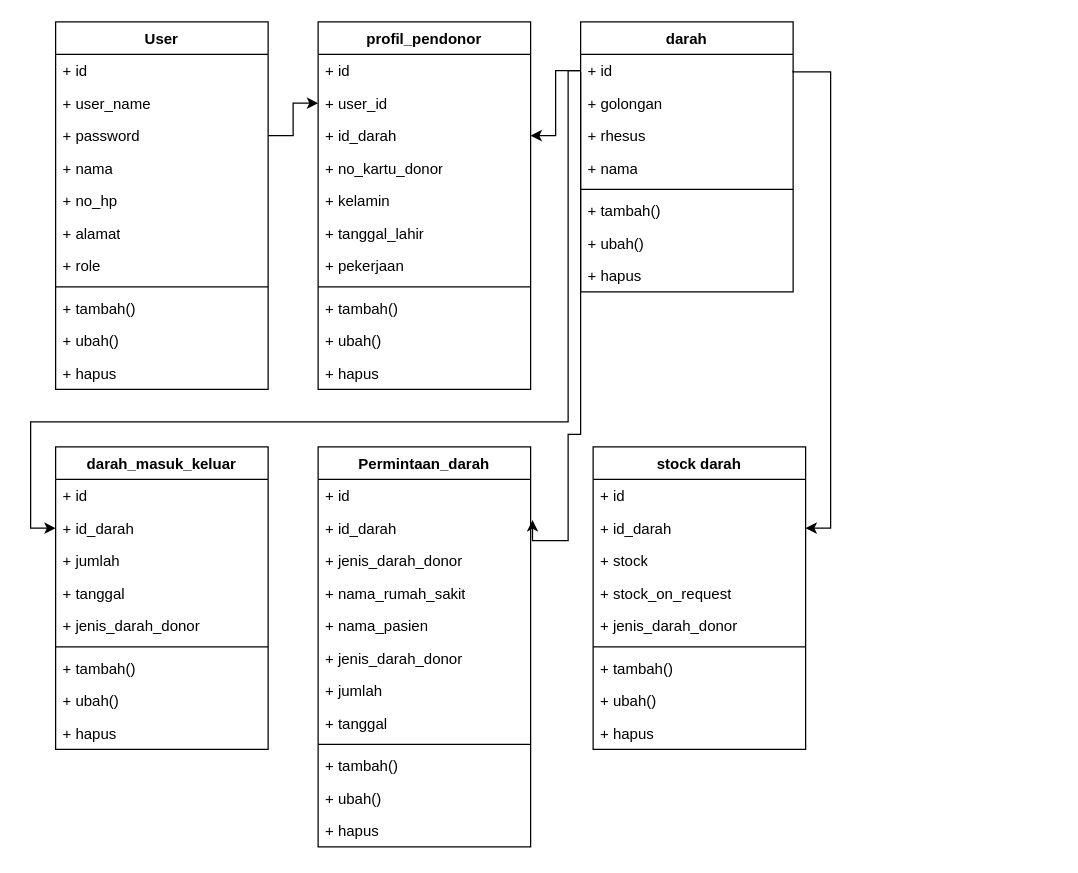
afdikomayte/UDD-PMI-blood-donation-service keeps this draw.io diagram as page "class-diagram" (16 of 19) of Untitled Diagram.drawio. Above is the earlier version. Source tidied: cells renumbered, new cells numbered last; positions are measured from the earlier drawing's top-left corner, leaving out a move shared by most shapes. Both pictures are drawn from the tidied source at 125%, with x=0, y=0 at pixel (30, 21).
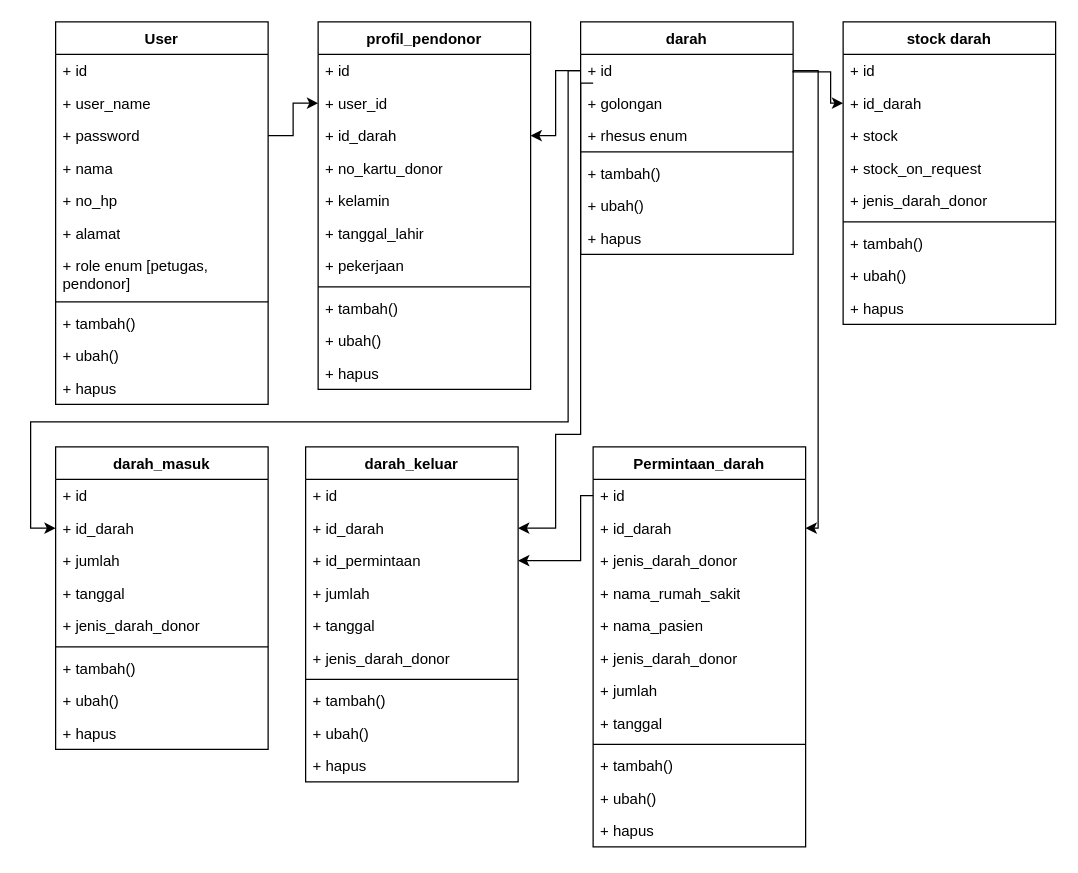
The same diagram, later.

The change refers to these unchanged cells:
```xml
<mxCell id="15" value="+ id" style="text;strokeColor=none;fillColor=none;align=left;verticalAlign=top;spacingLeft=4;spacingRight=4;overflow=hidden;points=[[0,0.5],[1,0.5]];portConstraint=eastwest;whiteSpace=wrap;html=1;" parent="14" vertex="1">
  <mxGeometry y="26" width="170" height="26" as="geometry" />
</mxCell>
<mxCell id="25" value="+ id_darah" style="text;strokeColor=none;fillColor=none;align=left;verticalAlign=top;spacingLeft=4;spacingRight=4;overflow=hidden;points=[[0,0.5],[1,0.5]];portConstraint=eastwest;whiteSpace=wrap;html=1;" parent="23" vertex="1">
  <mxGeometry y="52" width="170" height="26" as="geometry" />
</mxCell>
<mxCell id="59" value="+ id" style="text;strokeColor=none;fillColor=none;align=left;verticalAlign=top;spacingLeft=4;spacingRight=4;overflow=hidden;points=[[0,0.5],[1,0.5]];portConstraint=eastwest;whiteSpace=wrap;html=1;" parent="58" vertex="1">
  <mxGeometry y="26" width="170" height="26" as="geometry" />
</mxCell>
<mxCell id="60" value="+ id_darah" style="text;strokeColor=none;fillColor=none;align=left;verticalAlign=top;spacingLeft=4;spacingRight=4;overflow=hidden;points=[[0,0.5],[1,0.5]];portConstraint=eastwest;whiteSpace=wrap;html=1;" parent="58" vertex="1">
  <mxGeometry y="52" width="170" height="26" as="geometry" />
</mxCell>
```

Change to the diagram source:
```diff
@@
     <mxCell id="2" value="User" style="swimlane;fontStyle=1;align=center;verticalAlign=top;horizontal=1;startSize=26;whiteSpace=wrap;html=1;" parent="1" vertex="1">
-      <mxGeometry x="20" width="170" height="294" as="geometry" />
+      <mxGeometry x="20" width="170" height="306" as="geometry" />
     </mxCell>
-    <mxCell id="3" value="+ id" style="text;strokeColor=none;fillColor=none;align=left;verticalAlign=top;spacingLeft=4;spacingRight=4;overflow=hidden;whiteSpace=wrap;html=1;" parent="2" vertex="1">
+    <mxCell id="3" value="+ id&amp;nbsp;" style="text;strokeColor=none;fillColor=none;align=left;verticalAlign=top;spacingLeft=4;spacingRight=4;overflow=hidden;whiteSpace=wrap;html=1;" parent="2" vertex="1">
       <mxGeometry y="26" width="170" height="26" as="geometry" />
     </mxCell>
@@
-    <mxCell id="9" value="+ role" style="text;strokeColor=none;fillColor=none;align=left;verticalAlign=top;spacingLeft=4;spacingRight=4;overflow=hidden;whiteSpace=wrap;html=1;" parent="2" vertex="1">
-      <mxGeometry y="182" width="170" height="26" as="geometry" />
+    <mxCell id="9" value="+ role enum [petugas, pendonor]&lt;div&gt;&lt;br&gt;&lt;/div&gt;" style="text;strokeColor=none;fillColor=none;align=left;verticalAlign=top;spacingLeft=4;spacingRight=4;overflow=hidden;whiteSpace=wrap;html=1;" parent="2" vertex="1">
+      <mxGeometry y="182" width="170" height="38" as="geometry" />
     </mxCell>
     <mxCell id="10" style="line;strokeWidth=1;fillColor=none;align=left;verticalAlign=middle;spacingTop=-1;spacingLeft=3;spacingRight=3;labelPosition=right;strokeColor=inherit;" parent="2" vertex="1">
-      <mxGeometry y="208" width="170" height="8" as="geometry" />
+      <mxGeometry y="220" width="170" height="8" as="geometry" />
     </mxCell>
     <mxCell id="11" value="+ tambah()" style="text;strokeColor=none;fillColor=none;align=left;verticalAlign=top;spacingLeft=4;spacingRight=4;overflow=hidden;whiteSpace=wrap;html=1;" parent="2" vertex="1">
-      <mxGeometry y="216" width="170" height="26" as="geometry" />
+      <mxGeometry y="228" width="170" height="26" as="geometry" />
     </mxCell>
     <mxCell id="12" value="+ ubah()" style="text;strokeColor=none;fillColor=none;align=left;verticalAlign=top;spacingLeft=4;spacingRight=4;overflow=hidden;whiteSpace=wrap;html=1;" parent="2" vertex="1">
-      <mxGeometry y="242" width="170" height="26" as="geometry" />
+      <mxGeometry y="254" width="170" height="26" as="geometry" />
     </mxCell>
     <mxCell id="13" value="+ hapus" style="text;strokeColor=none;fillColor=none;align=left;verticalAlign=top;spacingLeft=4;spacingRight=4;overflow=hidden;whiteSpace=wrap;html=1;" parent="2" vertex="1">
-      <mxGeometry y="268" width="170" height="26" as="geometry" />
+      <mxGeometry y="280" width="170" height="26" as="geometry" />
     </mxCell>
     <mxCell id="14" value="darah" style="swimlane;fontStyle=1;align=center;verticalAlign=top;horizontal=1;startSize=26;whiteSpace=wrap;html=1;" parent="1" vertex="1">
-      <mxGeometry x="440" width="170" height="216" as="geometry" />
+      <mxGeometry x="440" width="170" height="186" as="geometry" />
     </mxCell>
@@
-    <mxCell id="17" value="+ rhesus" style="text;strokeColor=none;fillColor=none;align=left;verticalAlign=top;spacingLeft=4;spacingRight=4;overflow=hidden;whiteSpace=wrap;html=1;" parent="14" vertex="1">
-      <mxGeometry y="78" width="170" height="26" as="geometry" />
+    <mxCell id="17" value="+ rhesus enum" style="text;strokeColor=none;fillColor=none;align=left;verticalAlign=top;spacingLeft=4;spacingRight=4;overflow=hidden;whiteSpace=wrap;html=1;" parent="14" vertex="1">
+      <mxGeometry y="78" width="170" height="22" as="geometry" />
     </mxCell>
-    <mxCell id="18" value="+ nama" style="text;strokeColor=none;fillColor=none;align=left;verticalAlign=top;spacingLeft=4;spacingRight=4;overflow=hidden;whiteSpace=wrap;html=1;" parent="14" vertex="1">
-      <mxGeometry y="104" width="170" height="26" as="geometry" />
-    </mxCell>
     <mxCell id="19" style="line;strokeWidth=1;fillColor=none;align=left;verticalAlign=middle;spacingTop=-1;spacingLeft=3;spacingRight=3;labelPosition=right;strokeColor=inherit;" parent="14" vertex="1">
-      <mxGeometry y="130" width="170" height="8" as="geometry" />
+      <mxGeometry y="100" width="170" height="8" as="geometry" />
     </mxCell>
     <mxCell id="20" value="+ tambah()" style="text;strokeColor=none;fillColor=none;align=left;verticalAlign=top;spacingLeft=4;spacingRight=4;overflow=hidden;whiteSpace=wrap;html=1;" parent="14" vertex="1">
-      <mxGeometry y="138" width="170" height="26" as="geometry" />
+      <mxGeometry y="108" width="170" height="26" as="geometry" />
     </mxCell>
     <mxCell id="21" value="+ ubah()" style="text;strokeColor=none;fillColor=none;align=left;verticalAlign=top;spacingLeft=4;spacingRight=4;overflow=hidden;whiteSpace=wrap;html=1;" parent="14" vertex="1">
-      <mxGeometry y="164" width="170" height="26" as="geometry" />
+      <mxGeometry y="134" width="170" height="26" as="geometry" />
     </mxCell>
     <mxCell id="22" value="+ hapus" style="text;strokeColor=none;fillColor=none;align=left;verticalAlign=top;spacingLeft=4;spacingRight=4;overflow=hidden;whiteSpace=wrap;html=1;" parent="14" vertex="1">
-      <mxGeometry y="190" width="170" height="26" as="geometry" />
+      <mxGeometry y="160" width="170" height="26" as="geometry" />
     </mxCell>
     <mxCell id="23" value="stock darah" style="swimlane;fontStyle=1;align=center;verticalAlign=top;horizontal=1;startSize=26;whiteSpace=wrap;html=1;" parent="1" vertex="1">
-      <mxGeometry x="450" y="340" width="170" height="242" as="geometry" />
+      <mxGeometry x="650" width="170" height="242" as="geometry" />
     </mxCell>
@@
-    <mxCell id="47" style="edgeStyle=orthogonalEdgeStyle;rounded=0;jettySize=auto;html=1;exitX=1;exitY=0.5;exitDx=0;exitDy=0;entryX=1;entryY=0.5;entryDx=0;entryDy=0;" parent="1" edge="1" source="15" target="25">
+    <mxCell id="47" style="edgeStyle=orthogonalEdgeStyle;rounded=0;jettySize=auto;html=1;exitX=1;exitY=0.5;exitDx=0;exitDy=0;entryX=0;entryY=0.5;entryDx=0;entryDy=0;" parent="1" edge="1" source="15" target="25">
       <mxGeometry relative="1" as="geometry">
         <Array as="points">
           <mxPoint x="610" y="40" />
           <mxPoint x="640" y="40" />
-          <mxPoint x="640" y="405" />
+          <mxPoint x="640" y="65" />
         </Array>
       </mxGeometry>
     </mxCell>
-    <mxCell id="48" value="darah_masuk_keluar" style="swimlane;fontStyle=1;align=center;verticalAlign=top;horizontal=1;startSize=26;whiteSpace=wrap;html=1;" parent="1" vertex="1">
+    <mxCell id="48" value="darah_masuk" style="swimlane;fontStyle=1;align=center;verticalAlign=top;horizontal=1;startSize=26;whiteSpace=wrap;html=1;" parent="1" vertex="1">
       <mxGeometry x="20" y="340" width="170" height="242" as="geometry" />
     </mxCell>
@@
     <mxCell id="58" value="Permintaan_darah" style="swimlane;fontStyle=1;align=center;verticalAlign=top;horizontal=1;startSize=26;whiteSpace=wrap;html=1;" parent="1" vertex="1">
-      <mxGeometry x="230" y="340" width="170" height="320" as="geometry" />
+      <mxGeometry x="450" y="340" width="170" height="320" as="geometry" />
     </mxCell>
@@
-    <mxCell id="72" style="edgeStyle=orthogonalEdgeStyle;rounded=0;jettySize=auto;html=1;entryX=1.009;entryY=0.253;entryDx=0;entryDy=0;entryPerimeter=0;" parent="1" edge="1" target="60">
+    <mxCell id="72" style="edgeStyle=orthogonalEdgeStyle;rounded=0;jettySize=auto;html=1;exitX=1;exitY=0.5;exitDx=0;exitDy=0;entryX=1;entryY=0.5;entryDx=0;entryDy=0;" parent="1" edge="1" source="15" target="60">
       <mxGeometry relative="1" as="geometry">
-        <mxPoint x="440" y="40" as="sourcePoint" />
         <Array as="points">
-          <mxPoint x="440" y="49" />
-          <mxPoint x="440" y="330" />
-          <mxPoint x="430" y="330" />
-          <mxPoint x="430" y="415" />
-          <mxPoint x="402" y="415" />
+          <mxPoint x="630" y="39" />
+          <mxPoint x="630" y="405" />
         </Array>
       </mxGeometry>
     </mxCell>
+    <mxCell id="73" value="darah_keluar" style="swimlane;fontStyle=1;align=center;verticalAlign=top;horizontal=1;startSize=26;whiteSpace=wrap;html=1;" parent="1" vertex="1">
+      <mxGeometry x="220" y="340" width="170" height="268" as="geometry" />
+    </mxCell>
+    <mxCell id="74" value="+ id" style="text;strokeColor=none;fillColor=none;align=left;verticalAlign=top;spacingLeft=4;spacingRight=4;overflow=hidden;whiteSpace=wrap;html=1;" parent="73" vertex="1">
+      <mxGeometry y="26" width="170" height="26" as="geometry" />
+    </mxCell>
+    <mxCell id="75" value="+ id_darah" style="text;strokeColor=none;fillColor=none;align=left;verticalAlign=top;spacingLeft=4;spacingRight=4;overflow=hidden;points=[[0,0.5],[1,0.5]];portConstraint=eastwest;whiteSpace=wrap;html=1;" parent="73" vertex="1">
+      <mxGeometry y="52" width="170" height="26" as="geometry" />
+    </mxCell>
+    <mxCell id="76" value="+ id_permintaan" style="text;strokeColor=none;fillColor=none;align=left;verticalAlign=top;spacingLeft=4;spacingRight=4;overflow=hidden;points=[[0,0.5],[1,0.5]];portConstraint=eastwest;whiteSpace=wrap;html=1;" parent="73" vertex="1">
+      <mxGeometry y="78" width="170" height="26" as="geometry" />
+    </mxCell>
+    <mxCell id="77" value="+ jumlah" style="text;strokeColor=none;fillColor=none;align=left;verticalAlign=top;spacingLeft=4;spacingRight=4;overflow=hidden;whiteSpace=wrap;html=1;" parent="73" vertex="1">
+      <mxGeometry y="104" width="170" height="26" as="geometry" />
+    </mxCell>
+    <mxCell id="78" value="+ tanggal" style="text;strokeColor=none;fillColor=none;align=left;verticalAlign=top;spacingLeft=4;spacingRight=4;overflow=hidden;whiteSpace=wrap;html=1;" parent="73" vertex="1">
+      <mxGeometry y="130" width="170" height="26" as="geometry" />
+    </mxCell>
+    <mxCell id="79" value="&lt;div&gt;+ jenis_darah_donor&lt;/div&gt;" style="text;strokeColor=none;fillColor=none;align=left;verticalAlign=top;spacingLeft=4;spacingRight=4;overflow=hidden;whiteSpace=wrap;html=1;" parent="73" vertex="1">
+      <mxGeometry y="156" width="170" height="26" as="geometry" />
+    </mxCell>
+    <mxCell id="80" style="line;strokeWidth=1;fillColor=none;align=left;verticalAlign=middle;spacingTop=-1;spacingLeft=3;spacingRight=3;labelPosition=right;strokeColor=inherit;" parent="73" vertex="1">
+      <mxGeometry y="182" width="170" height="8" as="geometry" />
+    </mxCell>
+    <mxCell id="81" value="+ tambah()" style="text;strokeColor=none;fillColor=none;align=left;verticalAlign=top;spacingLeft=4;spacingRight=4;overflow=hidden;whiteSpace=wrap;html=1;" parent="73" vertex="1">
+      <mxGeometry y="190" width="170" height="26" as="geometry" />
+    </mxCell>
+    <mxCell id="82" value="+ ubah()" style="text;strokeColor=none;fillColor=none;align=left;verticalAlign=top;spacingLeft=4;spacingRight=4;overflow=hidden;whiteSpace=wrap;html=1;" parent="73" vertex="1">
+      <mxGeometry y="216" width="170" height="26" as="geometry" />
+    </mxCell>
+    <mxCell id="83" value="+ hapus" style="text;strokeColor=none;fillColor=none;align=left;verticalAlign=top;spacingLeft=4;spacingRight=4;overflow=hidden;whiteSpace=wrap;html=1;" parent="73" vertex="1">
+      <mxGeometry y="242" width="170" height="26" as="geometry" />
+    </mxCell>
+    <mxCell id="84" style="edgeStyle=orthogonalEdgeStyle;rounded=0;jettySize=auto;html=1;entryX=1;entryY=0.5;entryDx=0;entryDy=0;exitX=0;exitY=0.5;exitDx=0;exitDy=0;" parent="1" edge="1" target="75">
+      <mxGeometry relative="1" as="geometry">
+        <mxPoint x="450" y="49" as="sourcePoint" />
+        <Array as="points">
+          <mxPoint x="440" y="49" />
+          <mxPoint x="440" y="330" />
+          <mxPoint x="420" y="330" />
+          <mxPoint x="420" y="405" />
+        </Array>
+      </mxGeometry>
+    </mxCell>
+    <mxCell id="85" style="edgeStyle=orthogonalEdgeStyle;rounded=0;jettySize=auto;html=1;entryX=1;entryY=0.5;entryDx=0;entryDy=0;" parent="1" edge="1" source="59" target="76">
+      <mxGeometry relative="1" as="geometry">
+        <Array as="points">
+          <mxPoint x="440" y="379" />
+          <mxPoint x="440" y="431" />
+        </Array>
+      </mxGeometry>
+    </mxCell>
```
